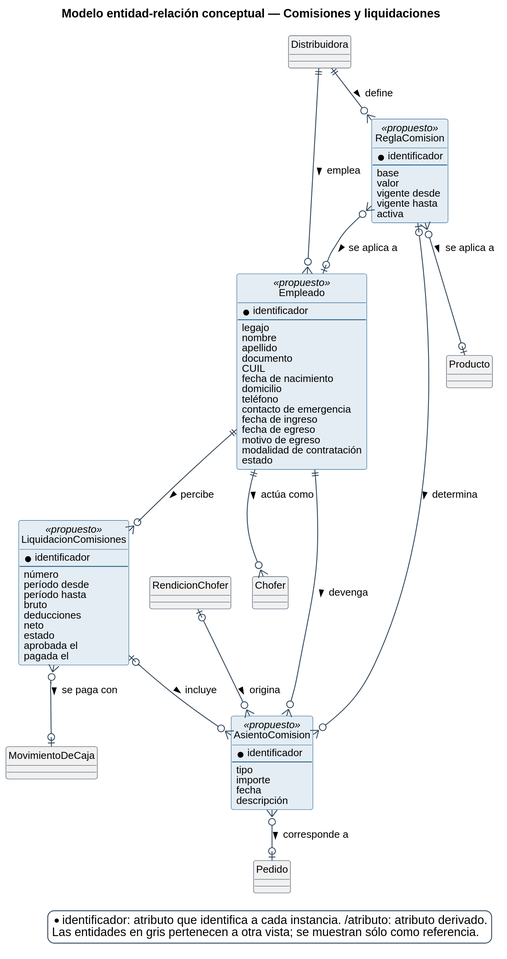
This is diagramas/base-de-datos/conceptual/SPLG-der-15-comisiones-y-liquidaciones.svg from Nahuelito-Dev/splg-docs, a PlantUML export, as it was before one commit. The source it was exported from:
```plantuml
@startuml
title Modelo entidad-relación conceptual — Comisiones y liquidaciones
skinparam backgroundColor #FFFFFF
skinparam shadowing false
skinparam defaultFontName Helvetica
skinparam defaultFontSize 12
skinparam dpi 150
skinparam class {
  BorderColor #2C4257
  BackgroundColor #FFFFFF
  ArrowColor #2C4257
  FontSize 12
}
skinparam entity<<ajena>> {
  BackgroundColor #F1F1F1
  BorderColor #8A97A3
  FontColor #55616C
}
skinparam class<<propuesto>> {
  BorderColor #1F5E8C
  BackgroundColor #E4EDF4
}
skinparam entity<<propuesto>> {
  BorderColor #1F5E8C
  BackgroundColor #E4EDF4
}
skinparam legendBackgroundColor #FFFFFF
skinparam legendBorderColor #2C4257

hide circle

skinparam nodesep 25
skinparam ranksep 45

entity Empleado <<propuesto>> #E4EDF4;line:1F5E8C {
  * identificador
  --
  {field} legajo
  {field} nombre
  {field} apellido
  {field} documento
  {field} CUIL
  {field} fecha de nacimiento
  {field} domicilio
  {field} teléfono
  {field} contacto de emergencia
  {field} fecha de ingreso
  {field} fecha de egreso
  {field} motivo de egreso
  {field} modalidad de contratación
  {field} estado
}
entity ReglaComision <<propuesto>> #E4EDF4;line:1F5E8C {
  * identificador
  --
  {field} base
  {field} valor
  {field} vigente desde
  {field} vigente hasta
  {field} activa
}
entity AsientoComision <<propuesto>> #E4EDF4;line:1F5E8C {
  * identificador
  --
  {field} tipo
  {field} importe
  {field} fecha
  {field} descripción
}
entity LiquidacionComisiones <<propuesto>> #E4EDF4;line:1F5E8C {
  * identificador
  --
  {field} número
  {field} período desde
  {field} período hasta
  {field} bruto
  {field} deducciones
  {field} neto
  {field} estado
  {field} aprobada el
  {field} pagada el
}
entity Chofer #F1F1F1 {
}
entity Producto #F1F1F1 {
}
entity Pedido #F1F1F1 {
}
entity MovimientoDeCaja #F1F1F1 {
}
entity Distribuidora #F1F1F1 {
}
entity RendicionChofer #F1F1F1 {
}

Distribuidora ||--o{ Empleado : emplea >
Distribuidora ||--o{ ReglaComision : define >
ReglaComision }o--o| Empleado : se aplica a >
ReglaComision }o--o| Producto : se aplica a >
Empleado ||--o{ LiquidacionComisiones : percibe >
LiquidacionComisiones }o--o| MovimientoDeCaja : se paga con >
Empleado ||--o{ AsientoComision : devenga >
AsientoComision }o--o| Pedido : corresponde a >
ReglaComision |o--o{ AsientoComision : determina >
RendicionChofer |o--o{ AsientoComision : origina >
LiquidacionComisiones |o--o{ AsientoComision : incluye >
Empleado ||--o{ Chofer : actúa como >

legend bottom right
  * identificador: atributo que identifica a cada instancia.  /atributo: atributo derivado.
  Las entidades en gris pertenecen a otra vista; se muestran sólo como referencia.
endlegend
@enduml
```
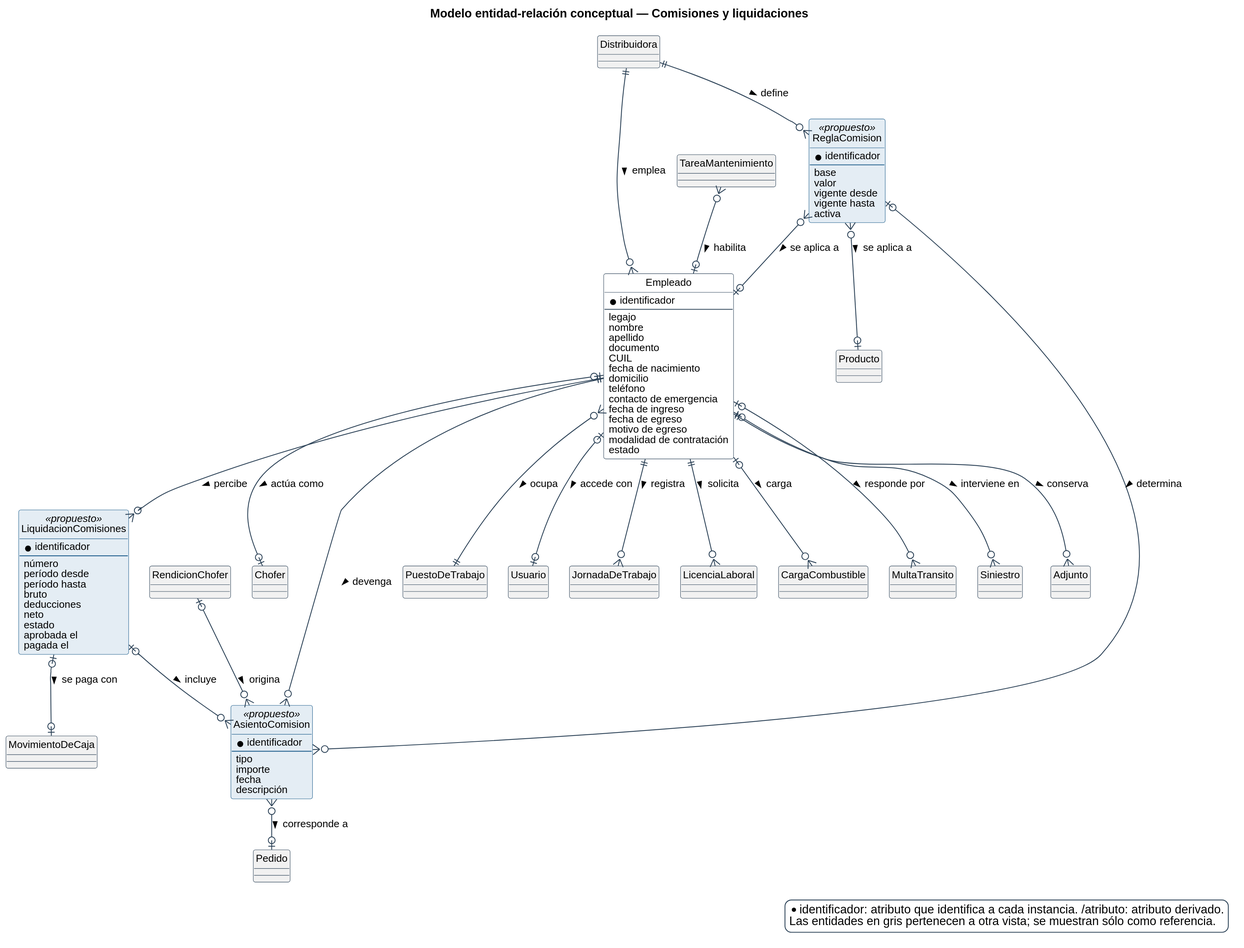
Above is the later version.

The edit, as a diff of the source:
```diff
@@ -32,7 +32,7 @@
 skinparam nodesep 25
 skinparam ranksep 45
 
-entity Empleado <<propuesto>> #E4EDF4;line:1F5E8C {
+entity Empleado {
   * identificador
   --
   {field} legajo
@@ -92,19 +92,46 @@
 }
 entity RendicionChofer #F1F1F1 {
 }
+entity PuestoDeTrabajo #F1F1F1 {
+}
+entity Usuario #F1F1F1 {
+}
+entity JornadaDeTrabajo #F1F1F1 {
+}
+entity LicenciaLaboral #F1F1F1 {
+}
+entity CargaCombustible #F1F1F1 {
+}
+entity TareaMantenimiento #F1F1F1 {
+}
+entity MultaTransito #F1F1F1 {
+}
+entity Siniestro #F1F1F1 {
+}
+entity Adjunto #F1F1F1 {
+}
 
 Distribuidora ||--o{ Empleado : emplea >
+Empleado }o--|| PuestoDeTrabajo : ocupa >
+Empleado |o--o| Usuario : accede con >
 Distribuidora ||--o{ ReglaComision : define >
 ReglaComision }o--o| Empleado : se aplica a >
 ReglaComision }o--o| Producto : se aplica a >
+Empleado ||--o{ JornadaDeTrabajo : registra >
+Empleado ||--o{ LicenciaLaboral : solicita >
+Empleado |o--o{ CargaCombustible : carga >
+TareaMantenimiento }o--o| Empleado : habilita >
+Empleado |o--o{ MultaTransito : responde por >
+Empleado |o--o{ Siniestro : interviene en >
 Empleado ||--o{ LiquidacionComisiones : percibe >
-LiquidacionComisiones }o--o| MovimientoDeCaja : se paga con >
+LiquidacionComisiones |o--o| MovimientoDeCaja : se paga con >
 Empleado ||--o{ AsientoComision : devenga >
 AsientoComision }o--o| Pedido : corresponde a >
 ReglaComision |o--o{ AsientoComision : determina >
 RendicionChofer |o--o{ AsientoComision : origina >
 LiquidacionComisiones |o--o{ AsientoComision : incluye >
-Empleado ||--o{ Chofer : actúa como >
+Empleado ||--o{ Adjunto : conserva >
+Empleado |o--o| Chofer : actúa como >
 
 legend bottom right
   * identificador: atributo que identifica a cada instancia.  /atributo: atributo derivado.
```
